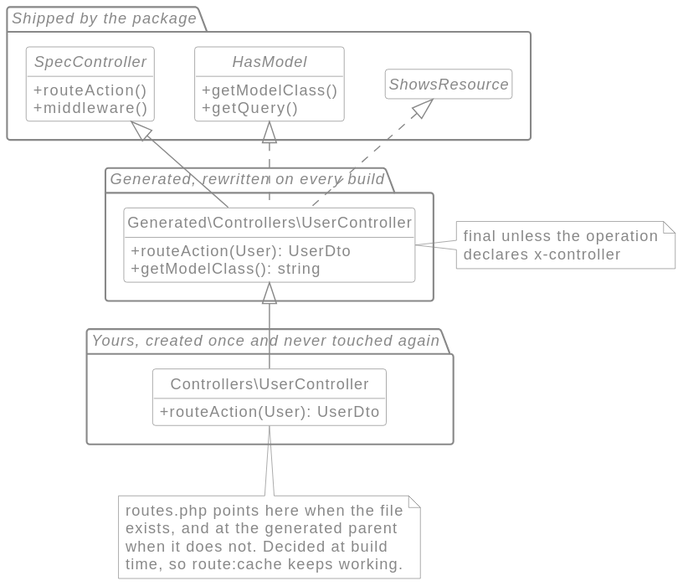
The PlantUML diagram docs/diagrams/two-class-seam.svg in Gcob/lara-spec-first, before a commit. Its source is kept beside it as docs/diagrams/two-class-seam.puml. Its diagram source:
```plantuml
@startuml
<style>
document {
  BackgroundColor transparent
}
classDiagram {
  BackgroundColor transparent
  LineColor #888888
  FontColor #888888
  FontName Helvetica
  FontSize 13

  class {
    BackgroundColor transparent
    LineColor #888888
    FontColor #888888

    header {
      BackgroundColor transparent
      FontColor #888888
    }
  }
  package {
    BackgroundColor transparent
    LineColor #888888
    FontColor #888888
    FontStyle italic
  }
  note {
    BackgroundColor transparent
    LineColor #888888
    FontColor #888888
  }
  arrow {
    LineColor #888888
    FontColor #888888
  }
}
</style>
skinparam shadowing false

hide circle
skinparam classAttributeIconSize 0
hide empty members

set separator none

package "Shipped by the package" {
  abstract class SpecController {
    +routeAction()
    +middleware()
  }
  interface HasModel {
    +getModelClass()
    +getQuery()
  }
  interface ShowsResource
}

package "Generated, rewritten on every build" {
  class "Generated\\Controllers\\UserController" as Parent {
    +routeAction(User): UserDto
    +getModelClass(): string
  }
}

package "Yours, created once and never touched again" {
  class "Controllers\\UserController" as Child {
    +routeAction(User): UserDto
  }
}

SpecController <|-- Parent
HasModel <|.. Parent
ShowsResource <|.. Parent
Parent <|-- Child

note right of Parent
  final unless the operation
  declares x-controller
end note

note bottom of Child
  routes.php points here when the file
  exists, and at the generated parent
  when it does not. Decided at build
  time, so route:cache keeps working.
end note
@enduml
```
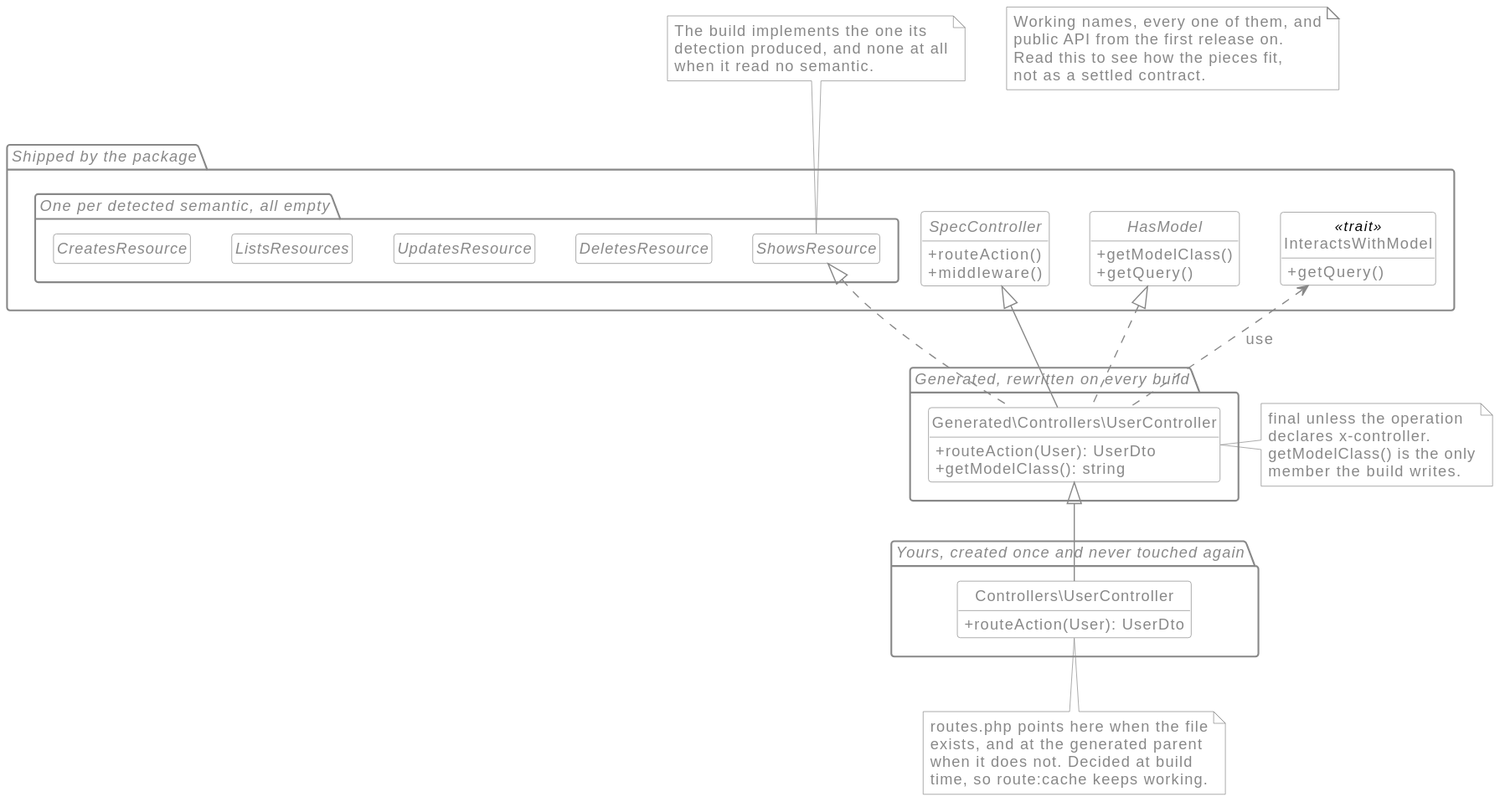
After the change.

Commit message:
feat: enhance documentation and diagrams for clarity on package structure and API surface

The edit, as a diff of the source:
```diff
@@ -54,7 +54,21 @@
     +getModelClass()
     +getQuery()
   }
-  interface ShowsResource
+  class InteractsWithModel <<trait>> {
+    +getQuery()
+  }
+  package "One per detected semantic, all empty" {
+    interface CreatesResource
+    interface ShowsResource
+    interface ListsResources
+    interface UpdatesResource
+    interface DeletesResource
+
+    CreatesResource -[hidden]right- ListsResources
+    ListsResources -[hidden]right- UpdatesResource
+    UpdatesResource -[hidden]right- DeletesResource
+    DeletesResource -[hidden]right- ShowsResource
+  }
 }
 
 package "Generated, rewritten on every build" {
@@ -72,12 +86,15 @@
 
 SpecController <|-- Parent
 HasModel <|.. Parent
+InteractsWithModel <.. Parent : use
 ShowsResource <|.. Parent
 Parent <|-- Child
 
 note right of Parent
   final unless the operation
-  declares x-controller
+  declares x-controller.
+  getModelClass() is the only
+  member the build writes.
 end note
 
 note bottom of Child
@@ -86,4 +103,17 @@
   when it does not. Decided at build
   time, so route:cache keeps working.
 end note
+
+note top of ShowsResource
+  The build implements the one its
+  detection produced, and none at all
+  when it read no semantic.
+end note
+
+note as Disclosure
+  Working names, every one of them, and
+  public API from the first release on.
+  Read this to see how the pieces fit,
+  not as a settled contract.
+end note
 @enduml
```
